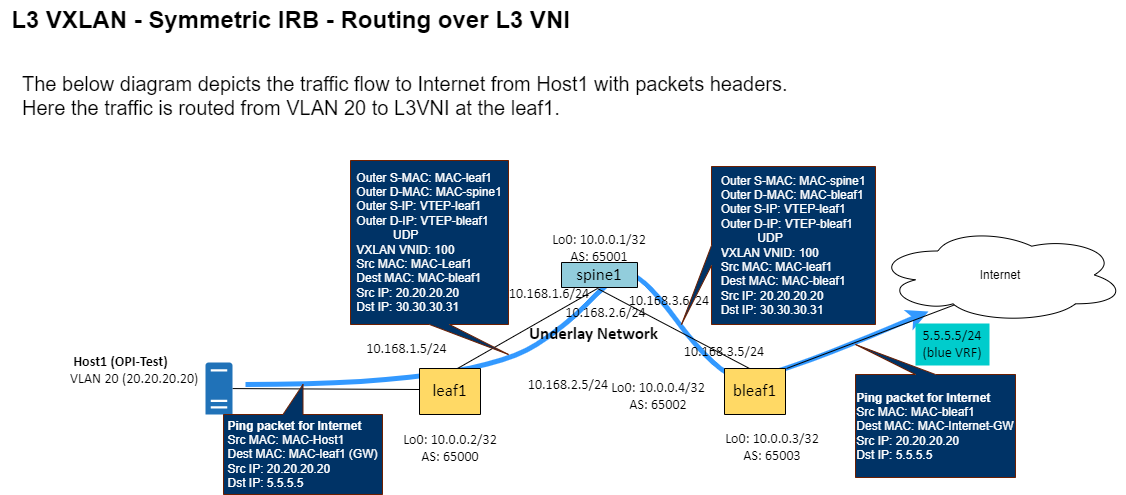
Above: OPI-EVPN-L3-Symmetric-IRB.png in opiproject/opi-evpn-bridge (draw.io), before the change. Source tidied: cells renumbered, new cells last; positions are measured from the earlier drawing's top-left corner, leaving out a move shared by most shapes.
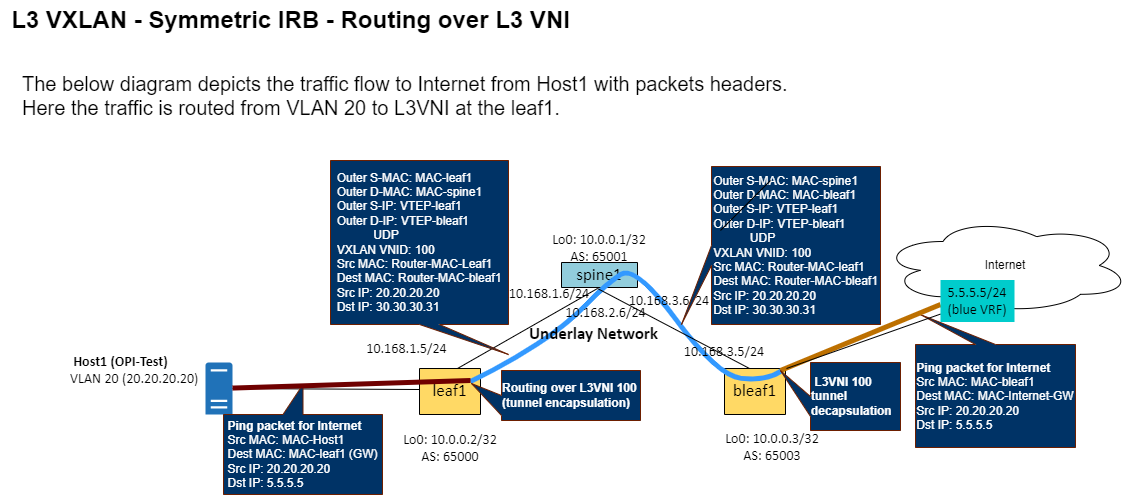
Later version of the same file.

Commit message:
Modified the diagrams as per comments

Change to the diagram source:
```diff
@@ -4,6 +4,17 @@
     <mxCell id="1" parent="0" />
+    <mxCell id="3" value="&lt;font style=&quot;font-size: 24px;&quot;&gt;&lt;b&gt;L3 VXLAN - Symmetric IRB - Routing over L3 VNI&lt;/b&gt;&lt;/font&gt;" style="text;html=1;align=center;verticalAlign=middle;strokeColor=none;fillColor=none;" parent="1" vertex="1">
+      <mxGeometry width="580" height="40" as="geometry" />
+    </mxCell>
+    <mxCell id="5" value="&lt;div style=&quot;font-size: 1px&quot;&gt;&lt;p style=&quot;text-align:center;margin-left:0;margin-right:0;margin-top:0px;margin-bottom:0px;text-indent:0;vertical-align:middle;direction:ltr;&quot;&gt;&lt;font style=&quot;font-size:16.93px;font-family:Calibri;color:#000000;direction:ltr;letter-spacing:0px;line-height:120%;opacity:1&quot;&gt;leaf1&lt;br/&gt;&lt;/font&gt;&lt;/p&gt;&lt;/div&gt;" style="verticalAlign=middle;align=center;overflow=width;vsdxID=1000;fillColor=#ffd965;gradientColor=none;shape=(stored shape, 160 characters);points=[];labelBackgroundColor=none;rounded=0;html=1;whiteSpace=wrap;" parent="1" vertex="1">
+      <mxGeometry x="419" y="368" width="61" height="46" as="geometry" />
+    </mxCell>
+    <mxCell id="4" value="&lt;div style=&quot;font-size: 1px&quot;&gt;&lt;font style=&quot;font-size:16.93px;font-family:Calibri;color:#000000;direction:ltr;letter-spacing:0px;line-height:120%;opacity:1&quot;&gt;spine1&lt;br/&gt;&lt;/font&gt;&lt;/div&gt;" style="verticalAlign=middle;align=center;overflow=width;vsdxID=1;fillColor=#92cddc;gradientColor=none;shape=(stored shape, 160 characters);labelBackgroundColor=none;rounded=0;html=1;whiteSpace=wrap;" parent="1" vertex="1">
+      <mxGeometry x="561" y="262" width="76" height="25" as="geometry" />
+    </mxCell>
+    <mxCell id="6" value="&lt;div style=&quot;font-size: 1px&quot;&gt;&lt;p style=&quot;text-align:center;margin-left:0;margin-right:0;margin-top:0px;margin-bottom:0px;text-indent:0;vertical-align:middle;direction:ltr;&quot;&gt;&lt;font style=&quot;font-size:16.93px;font-family:Calibri;color:#000000;direction:ltr;letter-spacing:0px;line-height:120%;opacity:1&quot;&gt;bleaf1&lt;br/&gt;&lt;/font&gt;&lt;/p&gt;&lt;/div&gt;" style="verticalAlign=middle;align=center;overflow=width;vsdxID=1002;fillColor=#ffd965;gradientColor=none;shape=(stored shape, 160 characters);points=[];labelBackgroundColor=none;rounded=0;html=1;whiteSpace=wrap;" parent="1" vertex="1">
+      <mxGeometry x="724" y="368" width="61" height="46" as="geometry" />
+    </mxCell>
-    <mxCell id="2" style="curved=1;endArrow=classic;html=1;rounded=0;fontSize=24;strokeWidth=5;strokeColor=#3399FF;entryX=0.212;entryY=0.88;entryDx=0;entryDy=0;entryPerimeter=0;exitX=1.481;exitY=0.423;exitDx=0;exitDy=0;exitPerimeter=0;" parent="1" edge="1" source="23" target="25">
+    <mxCell id="2" style="endArrow=none;html=1;fontSize=24;strokeWidth=5;strokeColor=#3399FF;entryX=0.944;entryY=0.048;entryDx=0;entryDy=0;entryPerimeter=0;curved=1;endFill=0;exitX=0.836;exitY=0.283;exitDx=0;exitDy=0;exitPerimeter=0;" parent="1" edge="1" source="5" target="6">
       <mxGeometry relative="1" as="geometry">
         <Array as="points">
-          <mxPoint x="356.5" y="384.2" />
           <mxPoint x="505" y="364" />
@@ -17,14 +28,2 @@
     </mxCell>
-    <mxCell id="3" value="&lt;font style=&quot;font-size: 24px;&quot;&gt;&lt;b&gt;L3 VXLAN - Symmetric IRB - Routing over L3 VNI&lt;/b&gt;&lt;/font&gt;" style="text;html=1;align=center;verticalAlign=middle;strokeColor=none;fillColor=none;" parent="1" vertex="1">
-      <mxGeometry width="580" height="40" as="geometry" />
-    </mxCell>
-    <mxCell id="4" value="&lt;div style=&quot;font-size: 1px&quot;&gt;&lt;font style=&quot;font-size:16.93px;font-family:Calibri;color:#000000;direction:ltr;letter-spacing:0px;line-height:120%;opacity:1&quot;&gt;spine1&lt;br/&gt;&lt;/font&gt;&lt;/div&gt;" style="verticalAlign=middle;align=center;overflow=width;vsdxID=1;fillColor=#92cddc;gradientColor=none;shape=(stored shape, 160 characters);labelBackgroundColor=none;rounded=0;html=1;whiteSpace=wrap;" parent="1" vertex="1">
-      <mxGeometry x="561" y="262" width="76" height="25" as="geometry" />
-    </mxCell>
-    <mxCell id="5" value="&lt;div style=&quot;font-size: 1px&quot;&gt;&lt;p style=&quot;text-align:center;margin-left:0;margin-right:0;margin-top:0px;margin-bottom:0px;text-indent:0;vertical-align:middle;direction:ltr;&quot;&gt;&lt;font style=&quot;font-size:16.93px;font-family:Calibri;color:#000000;direction:ltr;letter-spacing:0px;line-height:120%;opacity:1&quot;&gt;leaf1&lt;br/&gt;&lt;/font&gt;&lt;/p&gt;&lt;/div&gt;" style="verticalAlign=middle;align=center;overflow=width;vsdxID=1000;fillColor=#ffd965;gradientColor=none;shape=(stored shape, 160 characters);points=[];labelBackgroundColor=none;rounded=0;html=1;whiteSpace=wrap;" parent="1" vertex="1">
-      <mxGeometry x="419" y="368" width="61" height="46" as="geometry" />
-    </mxCell>
-    <mxCell id="6" value="&lt;div style=&quot;font-size: 1px&quot;&gt;&lt;p style=&quot;text-align:center;margin-left:0;margin-right:0;margin-top:0px;margin-bottom:0px;text-indent:0;vertical-align:middle;direction:ltr;&quot;&gt;&lt;font style=&quot;font-size:16.93px;font-family:Calibri;color:#000000;direction:ltr;letter-spacing:0px;line-height:120%;opacity:1&quot;&gt;bleaf1&lt;br/&gt;&lt;/font&gt;&lt;/p&gt;&lt;/div&gt;" style="verticalAlign=middle;align=center;overflow=width;vsdxID=1002;fillColor=#ffd965;gradientColor=none;shape=(stored shape, 160 characters);points=[];labelBackgroundColor=none;rounded=0;html=1;whiteSpace=wrap;" parent="1" vertex="1">
-      <mxGeometry x="724" y="368" width="61" height="46" as="geometry" />
-    </mxCell>
     <mxCell id="7" style="vsdxID=1003;edgeStyle=none;startArrow=none;endArrow=none;startSize=5;endSize=5;spacingTop=0;spacingBottom=0;spacingLeft=0;spacingRight=0;verticalAlign=middle;html=1;labelBackgroundColor=#ffffff;rounded=0;" parent="1" edge="1">
@@ -44,5 +43,4 @@
     </mxCell>
-    <mxCell id="10" style="vsdxID=1010;edgeStyle=none;startArrow=none;endArrow=none;startSize=5;endSize=5;spacingTop=0;spacingBottom=0;spacingLeft=0;spacingRight=0;verticalAlign=middle;html=1;labelBackgroundColor=#ffffff;rounded=0;" parent="1" edge="1">
+    <mxCell id="10" style="vsdxID=1010;edgeStyle=none;startArrow=none;endArrow=none;startSize=5;endSize=5;spacingTop=0;spacingBottom=0;spacingLeft=0;spacingRight=0;verticalAlign=middle;html=1;labelBackgroundColor=#ffffff;rounded=0;" parent="1" edge="1" source="18">
       <mxGeometry relative="1" as="geometry">
-        <mxPoint x="786" y="368" as="sourcePoint" />
         <mxPoint x="955" y="304" as="targetPoint" />
@@ -67,5 +65,2 @@
     </mxCell>
-    <mxCell id="16" value="&lt;div style=&quot;font-size: 1px&quot;&gt;&lt;font style=&quot;font-size:14.11px;font-family:Calibri;color:#000000;direction:ltr;letter-spacing:0px;line-height:120%;opacity:1&quot;&gt;10.168.2.5/24&lt;br/&gt;&lt;/font&gt;&lt;/div&gt;" style="verticalAlign=middle;align=center;overflow=width;vsdxID=1017;fillColor=none;gradientColor=none;shape=(stored shape, 160 characters);strokeColor=none;labelBackgroundColor=none;rounded=0;html=1;whiteSpace=wrap;" parent="1" vertex="1">
-      <mxGeometry x="500" y="372" width="136" height="25" as="geometry" />
-    </mxCell>
     <mxCell id="17" value="&lt;div style=&quot;font-size: 1px&quot;&gt;&lt;p style=&quot;text-align:center;margin-left:0;margin-right:0;margin-top:0px;margin-bottom:0px;text-indent:0;vertical-align:middle;direction:ltr;&quot;&gt;&lt;font style=&quot;font-size:14.11px;font-family:Calibri;color:#000000;direction:ltr;letter-spacing:0px;line-height:120%;opacity:1&quot;&gt;10.168.3.5/24&lt;/font&gt;&lt;font style=&quot;font-size:16.93px;font-family:Themed;color:#000000;direction:ltr;letter-spacing:0px;line-height:120%;opacity:1&quot;&gt;&lt;br/&gt;&lt;/font&gt;&lt;/p&gt;&lt;/div&gt;" style="verticalAlign=middle;align=center;overflow=width;vsdxID=1018;fillColor=none;gradientColor=none;shape=(stored shape, 160 characters);strokeColor=none;labelBackgroundColor=none;rounded=0;html=1;whiteSpace=wrap;" parent="1" vertex="1">
@@ -73,5 +68,2 @@
     </mxCell>
-    <mxCell id="18" value="&lt;div style=&quot;font-size: 1px&quot;&gt;&lt;font style=&quot;font-size:14.11px;font-family:Calibri;color:#000000;direction:ltr;letter-spacing:0px;line-height:120%;opacity:1&quot;&gt;5.5.5.5/24 (blue VRF)&lt;br&gt;&lt;/font&gt;&lt;/div&gt;" style="verticalAlign=middle;align=center;overflow=width;vsdxID=1019;fillColor=#00CCCC;gradientColor=none;shape=(stored shape, 160 characters);strokeColor=none;points=[];labelBackgroundColor=none;rounded=0;html=1;whiteSpace=wrap;" parent="1" vertex="1">
-      <mxGeometry x="915" y="323" width="74" height="42" as="geometry" />
-    </mxCell>
     <mxCell id="19" value="&lt;div style=&quot;font-size: 1px&quot;&gt;&lt;font style=&quot;font-size:14.11px;font-family:Calibri;color:#000000;direction:ltr;letter-spacing:0px;line-height:120%;opacity:1&quot;&gt;Lo0: 10.0.0.2/32&lt;br/&gt;AS: 65000&lt;br/&gt;&lt;/font&gt;&lt;/div&gt;" style="verticalAlign=middle;align=center;overflow=width;vsdxID=1020;fillColor=none;gradientColor=none;shape=(stored shape, 160 characters);strokeColor=none;labelBackgroundColor=none;rounded=0;html=1;whiteSpace=wrap;" parent="1" vertex="1">
@@ -82,5 +74,2 @@
     </mxCell>
-    <mxCell id="21" value="&lt;div style=&quot;font-size: 1px&quot;&gt;&lt;font style=&quot;font-size:14.11px;font-family:Calibri;color:#000000;direction:ltr;letter-spacing:0px;line-height:120%;opacity:1&quot;&gt;Lo0: 10.0.0.4/32&lt;br/&gt;AS: 65002&lt;br/&gt;&lt;/font&gt;&lt;/div&gt;" style="verticalAlign=middle;align=center;overflow=width;vsdxID=1022;fillColor=none;gradientColor=none;shape=(stored shape, 160 characters);strokeColor=none;labelBackgroundColor=none;rounded=0;html=1;whiteSpace=wrap;" parent="1" vertex="1">
-      <mxGeometry x="590" y="377" width="136" height="37" as="geometry" />
-    </mxCell>
     <mxCell id="22" value="&lt;div style=&quot;font-size: 1px&quot;&gt;&lt;font style=&quot;font-size:14.11px;font-family:Calibri;color:#000000;direction:ltr;letter-spacing:0px;line-height:120%;opacity:1&quot;&gt;Lo0: 10.0.0.3/32&lt;br&gt;AS: 65003&lt;br&gt;&lt;/font&gt;&lt;/div&gt;" style="verticalAlign=middle;align=center;overflow=width;vsdxID=1023;fillColor=none;gradientColor=none;shape=(stored shape, 160 characters);strokeColor=none;labelBackgroundColor=none;rounded=0;html=1;whiteSpace=wrap;" parent="1" vertex="1">
@@ -91,2 +80,5 @@
     </mxCell>
+    <mxCell id="25" value="Internet" style="ellipse;shape=cloud;whiteSpace=wrap;html=1;" parent="1" vertex="1">
+      <mxGeometry x="880" y="217" width="250" height="96" as="geometry" />
+    </mxCell>
     <mxCell id="24" value="&lt;div style=&quot;&quot;&gt;&lt;font face=&quot;Calibri&quot;&gt;&lt;span style=&quot;font-size: 14.11px;&quot;&gt;&lt;b&gt;&amp;nbsp;Host1 (OPI-Test)&lt;/b&gt;&lt;br&gt;VLAN 20 (20.20.20.20)&lt;br&gt;&lt;br&gt;&lt;/span&gt;&lt;/font&gt;&lt;/div&gt;" style="verticalAlign=middle;align=left;overflow=width;vsdxID=1020;fillColor=none;gradientColor=none;shape=(stored shape, 160 characters);strokeColor=none;labelBackgroundColor=none;rounded=0;html=1;whiteSpace=wrap;" parent="1" vertex="1">
@@ -94,5 +86,2 @@
     </mxCell>
-    <mxCell id="25" value="Internet" style="ellipse;shape=cloud;whiteSpace=wrap;html=1;" parent="1" vertex="1">
-      <mxGeometry x="875" y="226.5" width="250" height="96" as="geometry" />
-    </mxCell>
     <mxCell id="26" value="&lt;div style=&quot;border-color: var(--border-color); text-align: left;&quot;&gt;&lt;span style=&quot;border-color: var(--border-color);&quot;&gt;&lt;b&gt;Ping packet for Internet&lt;/b&gt;&lt;/span&gt;&lt;/div&gt;&lt;div style=&quot;border-color: var(--border-color); text-align: left;&quot;&gt;Src MAC: MAC-Host1&lt;/div&gt;&lt;div style=&quot;border-color: var(--border-color); text-align: left;&quot;&gt;Dest MAC: MAC-leaf1 (GW)&lt;/div&gt;&lt;div style=&quot;border-color: var(--border-color); text-align: left;&quot;&gt;Src IP: 20.20.20.20&lt;/div&gt;&lt;div style=&quot;border-color: var(--border-color); text-align: left;&quot;&gt;Dst IP: 5.5.5.5&lt;/div&gt;" style="shape=callout;whiteSpace=wrap;html=1;perimeter=calloutPerimeter;position2=0.5;direction=west;fillColor=#003366;fontColor=#ffffff;strokeColor=#6D1F00;" parent="1" vertex="1">
@@ -100,10 +89,10 @@
     </mxCell>
-    <mxCell id="27" value="&lt;div style=&quot;border-color: var(--border-color); text-align: left;&quot;&gt;&lt;div style=&quot;border-color: var(--border-color);&quot;&gt;Outer S-MAC: MAC-leaf1&lt;/div&gt;&lt;div style=&quot;border-color: var(--border-color);&quot;&gt;Outer D-MAC: MAC-spine1&lt;/div&gt;&lt;div style=&quot;border-color: var(--border-color);&quot;&gt;Outer S-IP: VTEP-leaf1&lt;/div&gt;&lt;div style=&quot;border-color: var(--border-color);&quot;&gt;Outer D-IP: VTEP-bleaf1&lt;/div&gt;&lt;div style=&quot;border-color: var(--border-color);&quot;&gt;&amp;nbsp; &amp;nbsp; &amp;nbsp; &amp;nbsp; &amp;nbsp; &amp;nbsp;UDP&lt;/div&gt;&lt;div style=&quot;border-color: var(--border-color);&quot;&gt;VXLAN VNID: 100&lt;/div&gt;&lt;div style=&quot;border-color: var(--border-color);&quot;&gt;Src MAC: MAC-Leaf1&lt;/div&gt;&lt;div style=&quot;border-color: var(--border-color);&quot;&gt;Dest MAC: MAC-bleaf1&lt;/div&gt;&lt;div style=&quot;border-color: var(--border-color);&quot;&gt;Src IP: 20.20.20.20&lt;/div&gt;&lt;div style=&quot;border-color: var(--border-color);&quot;&gt;Dst IP: 30.30.30.31&lt;/div&gt;&lt;/div&gt;" style="shape=callout;whiteSpace=wrap;html=1;perimeter=calloutPerimeter;position2=1;fillStyle=auto;fillColor=#003366;strokeColor=#6D1F00;fontColor=#ffffff;" parent="1" vertex="1">
-      <mxGeometry x="350" y="160" width="158" height="194" as="geometry" />
+    <mxCell id="27" value="&lt;div style=&quot;border-color: var(--border-color); text-align: left;&quot;&gt;&lt;div style=&quot;border-color: var(--border-color);&quot;&gt;Outer S-MAC: MAC-leaf1&lt;/div&gt;&lt;div style=&quot;border-color: var(--border-color);&quot;&gt;Outer D-MAC: MAC-spine1&lt;/div&gt;&lt;div style=&quot;border-color: var(--border-color);&quot;&gt;Outer S-IP: VTEP-leaf1&lt;/div&gt;&lt;div style=&quot;border-color: var(--border-color);&quot;&gt;Outer D-IP: VTEP-bleaf1&lt;/div&gt;&lt;div style=&quot;border-color: var(--border-color);&quot;&gt;&amp;nbsp; &amp;nbsp; &amp;nbsp; &amp;nbsp; &amp;nbsp; &amp;nbsp;UDP&lt;/div&gt;&lt;div style=&quot;border-color: var(--border-color);&quot;&gt;VXLAN VNID: 100&lt;/div&gt;&lt;div style=&quot;border-color: var(--border-color);&quot;&gt;Src MAC: Router-MAC-Leaf1&lt;/div&gt;&lt;div style=&quot;border-color: var(--border-color);&quot;&gt;Dest MAC: Router-MAC-bleaf1&lt;/div&gt;&lt;div style=&quot;border-color: var(--border-color);&quot;&gt;Src IP: 20.20.20.20&lt;/div&gt;&lt;div style=&quot;border-color: var(--border-color);&quot;&gt;Dst IP: 30.30.30.31&lt;/div&gt;&lt;/div&gt;" style="shape=callout;whiteSpace=wrap;html=1;perimeter=calloutPerimeter;position2=1;fillStyle=auto;fillColor=#003366;strokeColor=#6D1F00;fontColor=#ffffff;" parent="1" vertex="1">
+      <mxGeometry x="330" y="160" width="178" height="194" as="geometry" />
     </mxCell>
-    <mxCell id="28" value="&lt;div style=&quot;border-color: var(--border-color); text-align: left;&quot;&gt;&lt;div style=&quot;border-color: var(--border-color);&quot;&gt;Outer S-MAC: MAC-spine1&lt;/div&gt;&lt;div style=&quot;border-color: var(--border-color);&quot;&gt;Outer D-MAC: MAC-bleaf1&lt;/div&gt;&lt;div style=&quot;border-color: var(--border-color);&quot;&gt;Outer S-IP: VTEP-leaf1&lt;/div&gt;&lt;div style=&quot;border-color: var(--border-color);&quot;&gt;Outer D-IP: VTEP-bleaf1&lt;/div&gt;&lt;div style=&quot;border-color: var(--border-color);&quot;&gt;&amp;nbsp; &amp;nbsp; &amp;nbsp; &amp;nbsp; &amp;nbsp; &amp;nbsp;UDP&lt;/div&gt;&lt;div style=&quot;border-color: var(--border-color);&quot;&gt;VXLAN VNID: 100&lt;/div&gt;&lt;div style=&quot;border-color: var(--border-color);&quot;&gt;Src MAC: MAC-leaf1&lt;/div&gt;&lt;div style=&quot;border-color: var(--border-color);&quot;&gt;Dest MAC: MAC-bleaf1&lt;/div&gt;&lt;div style=&quot;border-color: var(--border-color);&quot;&gt;Src IP: 20.20.20.20&lt;/div&gt;&lt;div style=&quot;border-color: var(--border-color);&quot;&gt;Dst IP: 30.30.30.31&lt;/div&gt;&lt;/div&gt;" style="shape=callout;whiteSpace=wrap;html=1;perimeter=calloutPerimeter;position2=1;fillStyle=auto;fillColor=#003366;strokeColor=#6D1F00;fontColor=#ffffff;direction=south;" parent="1" vertex="1">
-      <mxGeometry x="681" y="166" width="194" height="158" as="geometry" />
+    <mxCell id="28" value="&lt;div style=&quot;border-color: var(--border-color); text-align: left;&quot;&gt;&lt;div style=&quot;border-color: var(--border-color);&quot;&gt;Outer S-MAC: MAC-spine1&lt;/div&gt;&lt;div style=&quot;border-color: var(--border-color);&quot;&gt;Outer D-MAC: MAC-bleaf1&lt;/div&gt;&lt;div style=&quot;border-color: var(--border-color);&quot;&gt;Outer S-IP: VTEP-leaf1&lt;/div&gt;&lt;div style=&quot;border-color: var(--border-color);&quot;&gt;Outer D-IP: VTEP-bleaf1&lt;/div&gt;&lt;div style=&quot;border-color: var(--border-color);&quot;&gt;&amp;nbsp; &amp;nbsp; &amp;nbsp; &amp;nbsp; &amp;nbsp; &amp;nbsp;UDP&lt;/div&gt;&lt;div style=&quot;border-color: var(--border-color);&quot;&gt;VXLAN VNID: 100&lt;/div&gt;&lt;div style=&quot;border-color: var(--border-color);&quot;&gt;Src MAC: Router-MAC-leaf1&lt;/div&gt;&lt;div style=&quot;border-color: var(--border-color);&quot;&gt;Dest MAC: Router-MAC-bleaf1&lt;/div&gt;&lt;div style=&quot;border-color: var(--border-color);&quot;&gt;Src IP: 20.20.20.20&lt;/div&gt;&lt;div style=&quot;border-color: var(--border-color);&quot;&gt;Dst IP: 30.30.30.31&lt;/div&gt;&lt;/div&gt;" style="shape=callout;whiteSpace=wrap;html=1;perimeter=calloutPerimeter;position2=1;fillStyle=auto;fillColor=#003366;strokeColor=#6D1F00;fontColor=#ffffff;direction=south;" parent="1" vertex="1">
+      <mxGeometry x="681" y="166" width="199" height="158" as="geometry" />
     </mxCell>
-    <mxCell id="29" value="&lt;div style=&quot;border-color: var(--border-color); text-align: left;&quot;&gt;&lt;span style=&quot;border-color: var(--border-color);&quot;&gt;&lt;b&gt;Ping packet for Internet&lt;/b&gt;&lt;/span&gt;&lt;/div&gt;&lt;div style=&quot;border-color: var(--border-color); text-align: left;&quot;&gt;Src MAC: MAC-bleaf1&lt;/div&gt;&lt;div style=&quot;border-color: var(--border-color); text-align: left;&quot;&gt;Dest MAC: MAC-Internet-GW&lt;/div&gt;&lt;div style=&quot;border-color: var(--border-color); text-align: left;&quot;&gt;Src IP: 20.20.20.20&lt;/div&gt;&lt;div style=&quot;border-color: var(--border-color); text-align: left;&quot;&gt;Dst IP: 5.5.5.5&lt;/div&gt;" style="shape=callout;whiteSpace=wrap;html=1;perimeter=calloutPerimeter;position2=1;direction=west;fillColor=#003366;fontColor=#ffffff;strokeColor=#6D1F00;" parent="1" vertex="1">
-      <mxGeometry x="855" y="344" width="160" height="133" as="geometry" />
+    <mxCell id="29" value="&lt;div style=&quot;border-color: var(--border-color); text-align: left;&quot;&gt;&lt;span style=&quot;border-color: var(--border-color);&quot;&gt;&lt;b&gt;Ping packet for Internet&lt;/b&gt;&lt;/span&gt;&lt;/div&gt;&lt;div style=&quot;border-color: var(--border-color); text-align: left;&quot;&gt;Src MAC: MAC-bleaf1&lt;/div&gt;&lt;div style=&quot;border-color: var(--border-color); text-align: left;&quot;&gt;Dest MAC: MAC-Internet-GW&lt;/div&gt;&lt;div style=&quot;border-color: var(--border-color); text-align: left;&quot;&gt;Src IP: 20.20.20.20&lt;/div&gt;&lt;div style=&quot;border-color: var(--border-color); text-align: left;&quot;&gt;Dst IP: 5.5.5.5&lt;/div&gt;" style="shape=callout;whiteSpace=wrap;html=1;perimeter=calloutPerimeter;position2=0.97;direction=west;fillColor=#003366;fontColor=#ffffff;strokeColor=#6D1F00;" parent="1" vertex="1">
+      <mxGeometry x="915" y="314" width="160" height="133" as="geometry" />
     </mxCell>
@@ -112,2 +101,33 @@
     </mxCell>
+    <mxCell id="31" value="&lt;div style=&quot;border-color: var(--border-color); text-align: left;&quot;&gt;&lt;b&gt;Routing over L3VNI 100 (tunnel encapsulation)&lt;/b&gt;&lt;/div&gt;" style="shape=callout;whiteSpace=wrap;html=1;perimeter=calloutPerimeter;position2=0.26;direction=south;fillColor=#003366;fontColor=#ffffff;strokeColor=#6D1F00;" parent="1" vertex="1">
+      <mxGeometry x="471" y="370" width="169" height="50" as="geometry" />
+    </mxCell>
+    <mxCell id="32" style="endArrow=none;html=1;rounded=0;" parent="1" edge="1">
+      <mxGeometry relative="1" as="geometry">
+        <mxPoint x="720" y="230" as="sourcePoint" />
+        <mxPoint x="770" y="180" as="targetPoint" />
+      </mxGeometry>
+    </mxCell>
+    <mxCell id="33" style="endArrow=none;html=1;rounded=0;strokeWidth=5;fillColor=#a20025;strokeColor=#6F0000;" parent="1" edge="1" source="23">
+      <mxGeometry relative="1" as="geometry">
+        <mxPoint x="470" y="380" as="targetPoint" />
+      </mxGeometry>
+    </mxCell>
+    <mxCell id="34" style="endArrow=none;html=1;rounded=0;strokeWidth=5;fillColor=#f0a30a;strokeColor=#BD7000;" parent="1" edge="1">
+      <mxGeometry relative="1" as="geometry">
+        <mxPoint x="780" y="370" as="sourcePoint" />
+        <mxPoint x="940" y="304" as="targetPoint" />
+      </mxGeometry>
+    </mxCell>
+    <mxCell id="35" value="&lt;div style=&quot;border-color: var(--border-color); text-align: left;&quot;&gt;&lt;b&gt;&amp;nbsp;L3VNI 100 tunnel decapsulation&lt;/b&gt;&lt;/div&gt;" style="shape=callout;whiteSpace=wrap;html=1;perimeter=calloutPerimeter;position2=0.12;direction=south;fillColor=#003366;fontColor=#ffffff;strokeColor=#6D1F00;" parent="1" vertex="1">
+      <mxGeometry x="780" y="362" width="120" height="68" as="geometry" />
+    </mxCell>
+    <mxCell id="36" style="vsdxID=1010;edgeStyle=none;startArrow=none;endArrow=none;startSize=5;endSize=5;spacingTop=0;spacingBottom=0;spacingLeft=0;spacingRight=0;verticalAlign=middle;html=1;labelBackgroundColor=#ffffff;rounded=0;" parent="1" edge="1" target="18">
+      <mxGeometry relative="1" as="geometry">
+        <mxPoint x="786" y="368" as="sourcePoint" />
+      </mxGeometry>
+    </mxCell>
+    <mxCell id="18" value="&lt;div style=&quot;font-size: 1px&quot;&gt;&lt;font style=&quot;font-size:14.11px;font-family:Calibri;color:#000000;direction:ltr;letter-spacing:0px;line-height:120%;opacity:1&quot;&gt;5.5.5.5/24 (blue VRF)&lt;br&gt;&lt;/font&gt;&lt;/div&gt;" style="verticalAlign=middle;align=center;overflow=width;vsdxID=1019;fillColor=#00CCCC;gradientColor=none;shape=(stored shape, 160 characters);strokeColor=none;points=[];labelBackgroundColor=none;rounded=0;html=1;whiteSpace=wrap;" parent="1" vertex="1">
+      <mxGeometry x="940" y="279.5" width="74" height="42" as="geometry" />
+    </mxCell>
   </root>
```
